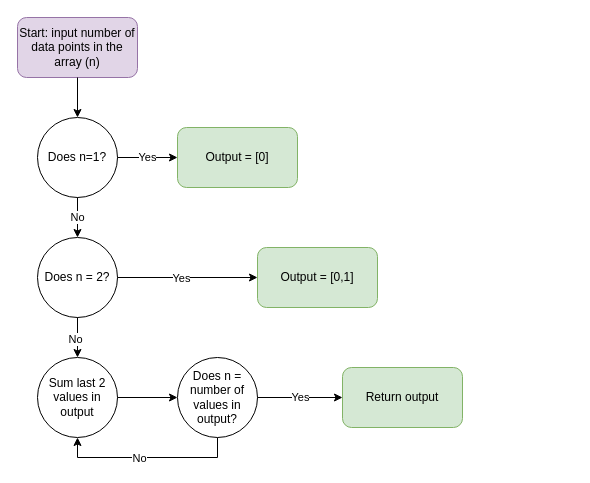
This is Untitled Diagram.drawio from saralutes/Web_Development_2022_Bootcamp_Lessons, a draw.io file, before an edit. Source tidied: cells renumbered, new cells numbered last; positions are measured from the earlier drawing's top-left corner, leaving out a move shared by most shapes. Both pictures are drawn from the tidied source at 100%, with x=0, y=0 at pixel (17, 17).
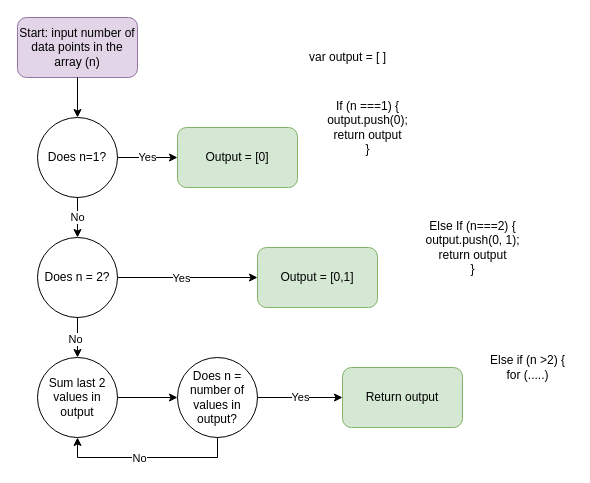
Above is the later version.

What changed in the source:
```diff
@@
+    <mxCell id="21" value="If (n ===1) {&lt;br&gt;output.push(0);&lt;br&gt;return output&lt;br&gt;}" style="text;html=1;align=center;verticalAlign=middle;strokeColor=none;fillColor=none;" parent="1" vertex="1">
+      <mxGeometry x="300" y="80" width="100" height="60" as="geometry" />
+    </mxCell>
+    <mxCell id="22" value="Else If (n===2) {&lt;br&gt;output.push(0, 1);&lt;br&gt;return output&lt;br&gt;}" style="text;html=1;align=center;verticalAlign=middle;strokeColor=none;fillColor=none;" parent="1" vertex="1">
+      <mxGeometry x="400" y="200" width="110" height="60" as="geometry" />
+    </mxCell>
+    <mxCell id="23" value="var output = [ ]" style="text;html=1;align=center;verticalAlign=middle;strokeColor=none;fillColor=none;" parent="1" vertex="1">
+      <mxGeometry x="285" y="30" width="90" height="20" as="geometry" />
+    </mxCell>
+    <mxCell id="24" value="Else if (n &amp;gt;2) {&lt;br&gt;for (.....)" style="text;html=1;align=center;verticalAlign=middle;strokeColor=none;fillColor=none;" parent="1" vertex="1">
+      <mxGeometry x="465" y="335" width="90" height="30" as="geometry" />
+    </mxCell>
```
